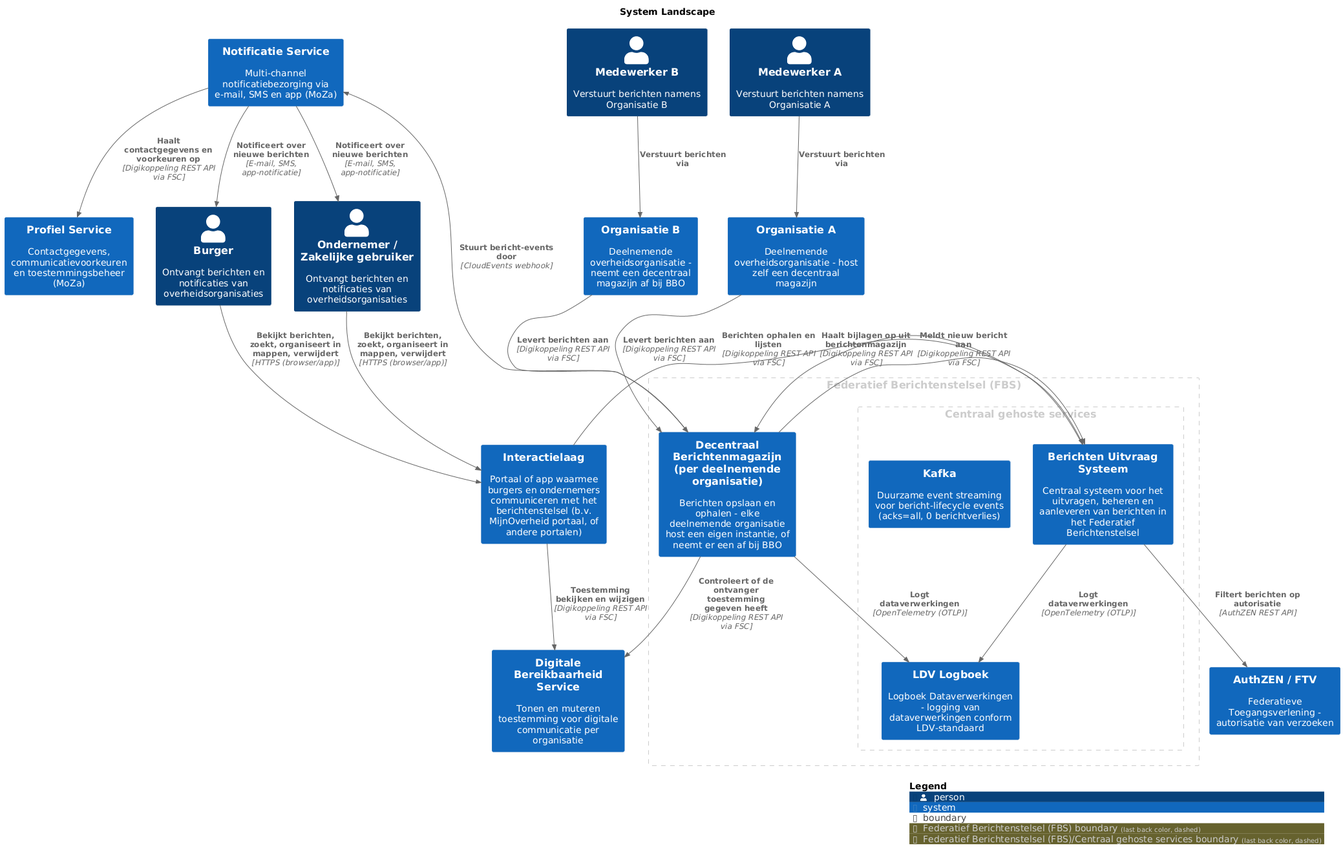
MinBZK/moza-poc-fbs-berichtenbox keeps this PlantUML diagram as pr-preview/pr-16/master/png/SystemLandscape.png. Above is the earlier version.
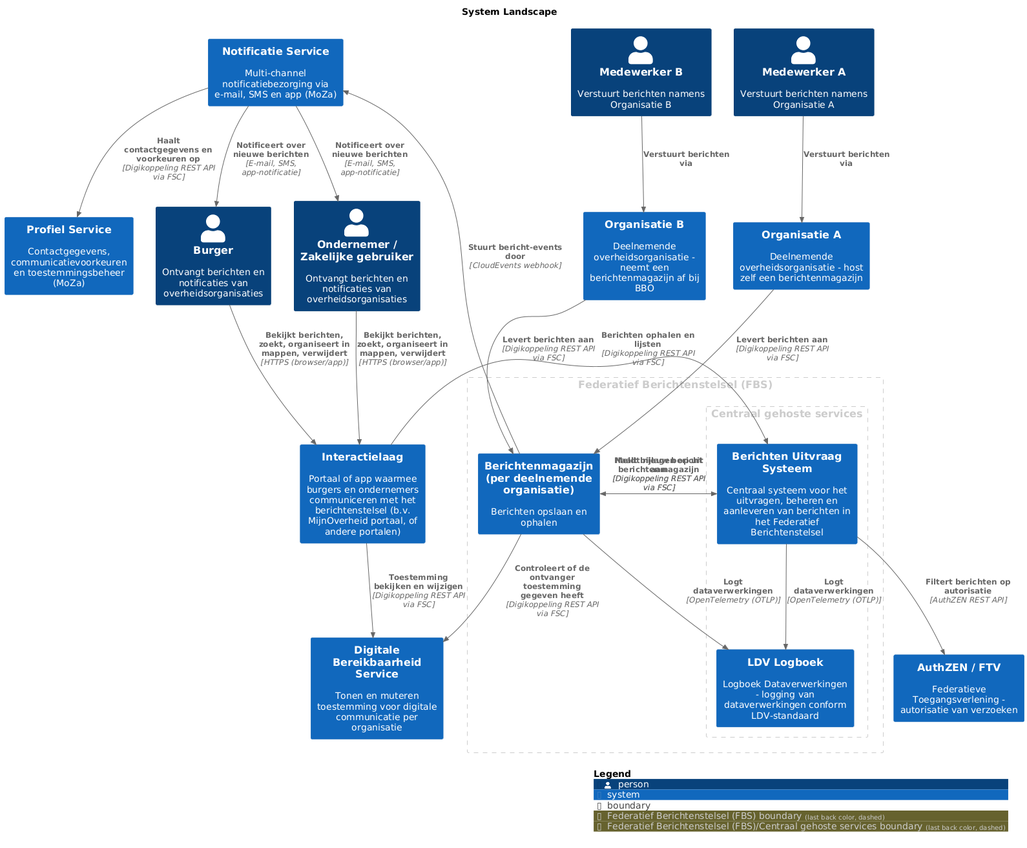
After the commit.

Diff of the diagram source:
```diff
@@ -9,19 +9,18 @@
 
 AddBoundaryTag("Federatief Berichtenstelsel (FBS)", $borderColor="#cccccc", $fontColor="#cccccc", $borderStyle="dashed")
 Boundary(group_1, "Federatief Berichtenstelsel (FBS)", $tags="Federatief Berichtenstelsel (FBS)") {
-  System(DecentraalBerichtenmagazijnperdeelnemendeorganisatie, "Decentraal Berichtenmagazijn (per deelnemende organisatie)", $descr="Berichten opslaan en ophalen - elke deelnemende organisatie host een eigen instantie, of neemt er een af bij BBO", $tags="", $link="")
+  System(Berichtenmagazijnperdeelnemendeorganisatie, "Berichtenmagazijn (per deelnemende organisatie)", $descr="Berichten opslaan en ophalen", $tags="", $link="")
     AddBoundaryTag("Federatief Berichtenstelsel (FBS)/Centraal gehoste services", $borderColor="#cccccc", $fontColor="#cccccc", $borderStyle="dashed")
     Boundary(group_2, "Centraal gehoste services", $tags="Federatief Berichtenstelsel (FBS)/Centraal gehoste services") {
       System(BerichtenUitvraagSysteem, "Berichten Uitvraag Systeem", $descr="Centraal systeem voor het uitvragen, beheren en aanleveren van berichten in het Federatief Berichtenstelsel", $tags="", $link="")
-      System(Kafka, "Kafka", $descr="Duurzame event streaming voor bericht-lifecycle events (acks=all, 0 berichtverlies)", $tags="", $link="")
       System(LDVLogboek, "LDV Logboek", $descr="Logboek Dataverwerkingen - logging van dataverwerkingen conform LDV-standaard", $tags="", $link="")
     }
 
 }
 
 Person(Burger, "Burger", $descr="Ontvangt berichten en notificaties van overheidsorganisaties", $tags="", $link="")
-System(OrganisatieA, "Organisatie A", $descr="Deelnemende overheidsorganisatie - host zelf een decentraal magazijn", $tags="", $link="")
-System(OrganisatieB, "Organisatie B", $descr="Deelnemende overheidsorganisatie - neemt een decentraal magazijn af bij BBO", $tags="", $link="")
+System(OrganisatieA, "Organisatie A", $descr="Deelnemende overheidsorganisatie - host zelf een berichtenmagazijn", $tags="", $link="")
+System(OrganisatieB, "Organisatie B", $descr="Deelnemende overheidsorganisatie - neemt een berichtenmagazijn af bij BBO", $tags="", $link="")
 Person(OndernemerZakelijkegebruiker, "Ondernemer / Zakelijke gebruiker", $descr="Ontvangt berichten en notificaties van overheidsorganisaties", $tags="", $link="")
 Person(MedewerkerA, "Medewerker A", $descr="Verstuurt berichten namens Organisatie A", $tags="", $link="")
 Person(MedewerkerB, "Medewerker B", $descr="Verstuurt berichten namens Organisatie B", $tags="", $link="")
@@ -40,15 +39,15 @@
 Rel(NotificatieService, OndernemerZakelijkegebruiker, "Notificeert over nieuwe berichten", $techn="E-mail, SMS, app-notificatie", $tags="", $link="")
 Rel(Interactielaag, BerichtenUitvraagSysteem, "Berichten ophalen en lijsten", $techn="Digikoppeling REST API via FSC", $tags="", $link="")
 Rel(Interactielaag, DigitaleBereikbaarheidService, "Toestemming bekijken en wijzigen", $techn="Digikoppeling REST API via FSC", $tags="", $link="")
-Rel(BerichtenUitvraagSysteem, DecentraalBerichtenmagazijnperdeelnemendeorganisatie, "Haalt bijlagen op uit berichtenmagazijn", $techn="Digikoppeling REST API via FSC", $tags="", $link="")
-Rel(DecentraalBerichtenmagazijnperdeelnemendeorganisatie, BerichtenUitvraagSysteem, "Meldt nieuw bericht aan", $techn="Digikoppeling REST API via FSC", $tags="", $link="")
-Rel(DecentraalBerichtenmagazijnperdeelnemendeorganisatie, NotificatieService, "Stuurt bericht-events door", $techn="CloudEvents webhook", $tags="", $link="")
+Rel(BerichtenUitvraagSysteem, Berichtenmagazijnperdeelnemendeorganisatie, "Haalt bijlagen op uit berichtenmagazijn", $techn="Digikoppeling REST API via FSC", $tags="", $link="")
+Rel(Berichtenmagazijnperdeelnemendeorganisatie, BerichtenUitvraagSysteem, "Meldt nieuw bericht aan", $techn="Digikoppeling REST API via FSC", $tags="", $link="")
+Rel(Berichtenmagazijnperdeelnemendeorganisatie, NotificatieService, "Stuurt bericht-events door", $techn="CloudEvents webhook", $tags="", $link="")
 Rel(NotificatieService, ProfielService, "Haalt contactgegevens en voorkeuren op", $techn="Digikoppeling REST API via FSC", $tags="", $link="")
-Rel(OrganisatieA, DecentraalBerichtenmagazijnperdeelnemendeorganisatie, "Levert berichten aan", $techn="Digikoppeling REST API via FSC", $tags="", $link="")
-Rel(OrganisatieB, DecentraalBerichtenmagazijnperdeelnemendeorganisatie, "Levert berichten aan", $techn="Digikoppeling REST API via FSC", $tags="", $link="")
-Rel(DecentraalBerichtenmagazijnperdeelnemendeorganisatie, DigitaleBereikbaarheidService, "Controleert of de ontvanger toestemming gegeven heeft", $techn="Digikoppeling REST API via FSC", $tags="", $link="")
+Rel(OrganisatieA, Berichtenmagazijnperdeelnemendeorganisatie, "Levert berichten aan", $techn="Digikoppeling REST API via FSC", $tags="", $link="")
+Rel(OrganisatieB, Berichtenmagazijnperdeelnemendeorganisatie, "Levert berichten aan", $techn="Digikoppeling REST API via FSC", $tags="", $link="")
+Rel(Berichtenmagazijnperdeelnemendeorganisatie, DigitaleBereikbaarheidService, "Controleert of de ontvanger toestemming gegeven heeft", $techn="Digikoppeling REST API via FSC", $tags="", $link="")
 Rel(BerichtenUitvraagSysteem, AuthZENFTV, "Filtert berichten op autorisatie", $techn="AuthZEN REST API", $tags="", $link="")
-Rel(DecentraalBerichtenmagazijnperdeelnemendeorganisatie, LDVLogboek, "Logt dataverwerkingen", $techn="OpenTelemetry (OTLP)", $tags="", $link="")
+Rel(Berichtenmagazijnperdeelnemendeorganisatie, LDVLogboek, "Logt dataverwerkingen", $techn="OpenTelemetry (OTLP)", $tags="", $link="")
 
 SHOW_LEGEND(true)
 @enduml
```
